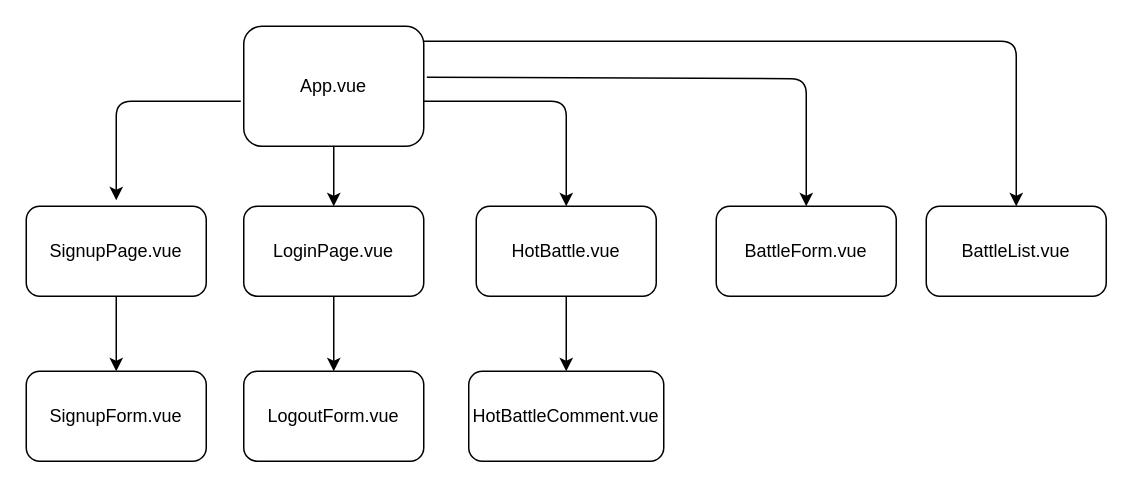
Before: mb-client-f/Untitled Diagram.drawio in 2taesung/battle_movie_v2, a draw.io diagram. Source tidied: cells renumbered, new cells numbered last; positions are measured from the earlier drawing's top-left corner, leaving out a move shared by most shapes. Both pictures are drawn from the tidied source at 150%, with x=0, y=0 at pixel (26, 26).
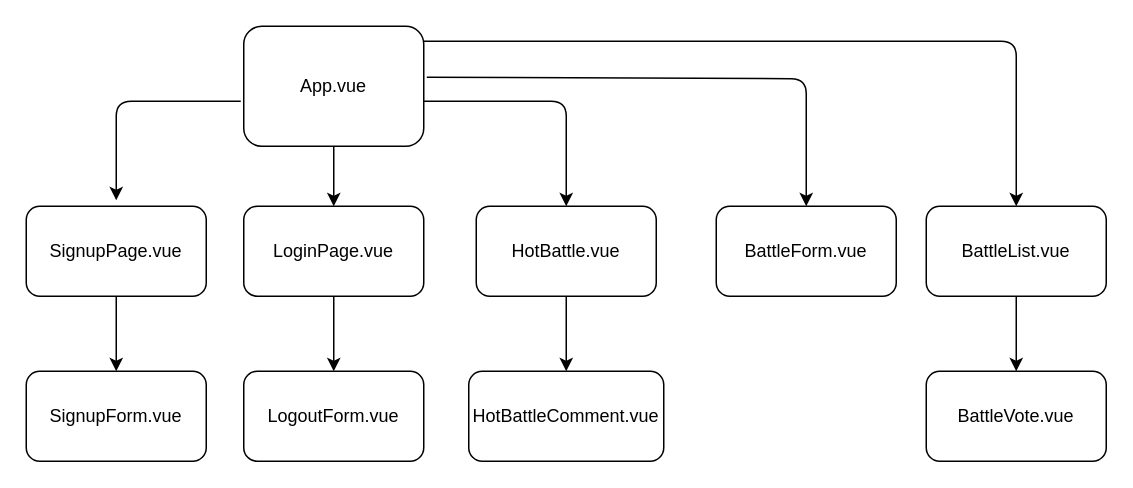
The same page after the edit.

Diff of the diagram source:
```diff
@@
+    <mxCell id="19" value="BattleVote.vue" style="rounded=1;whiteSpace=wrap;html=1;" parent="1" vertex="1">
+      <mxGeometry x="600" y="230" width="120" height="60" as="geometry" />
+    </mxCell>
+    <mxCell id="20" style="endArrow=classic;html=1;entryX=0.5;entryY=0;entryDx=0;entryDy=0;" parent="1" edge="1" target="19">
+      <mxGeometry relative="1" as="geometry">
+        <mxPoint x="660" y="180" as="sourcePoint" />
+      </mxGeometry>
+    </mxCell>
```
